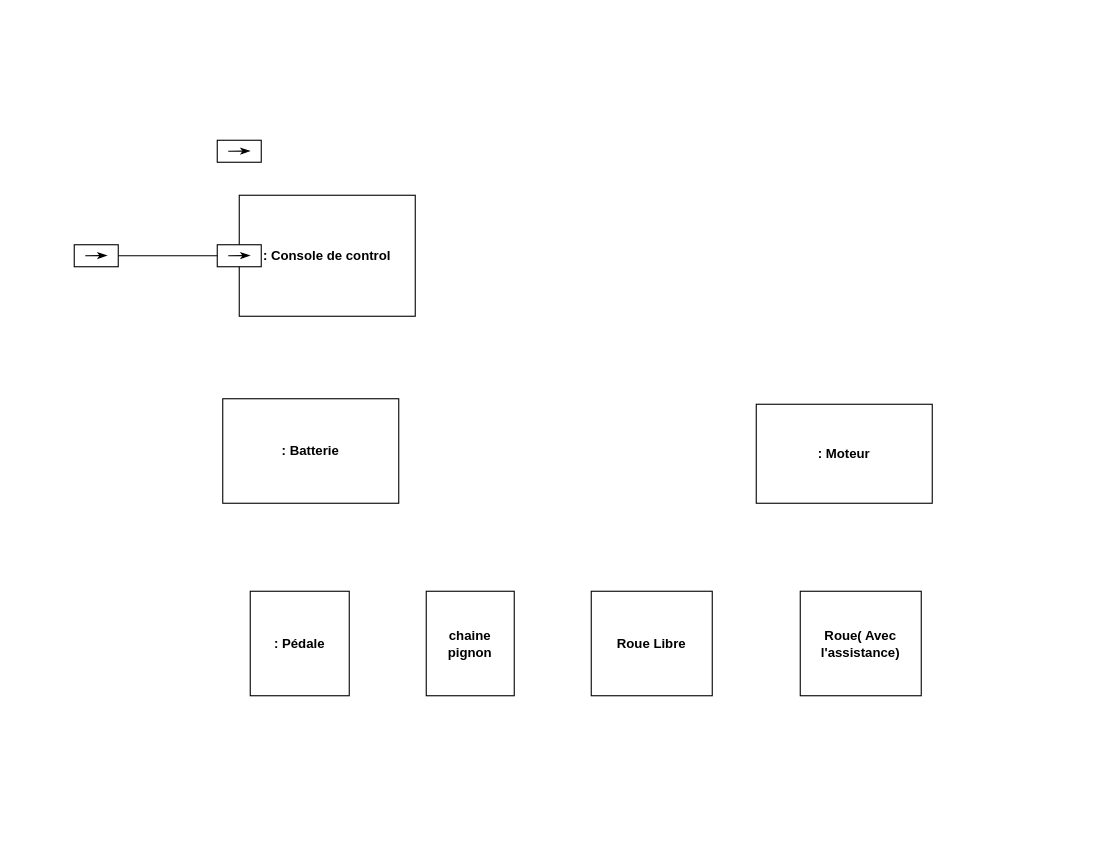
Above: diagramme de bloc interne.drawio in zakaria-bak/VAE-Velo-Assistance-Electrique--SysML-diagrams (draw.io), before the change. Source tidied: cells renumbered, new cells numbered last; positions are measured from the earlier drawing's top-left corner, leaving out a move shared by most shapes. Both pictures are drawn from the tidied source at 110%, with x=0, y=0 at pixel (74, 140).
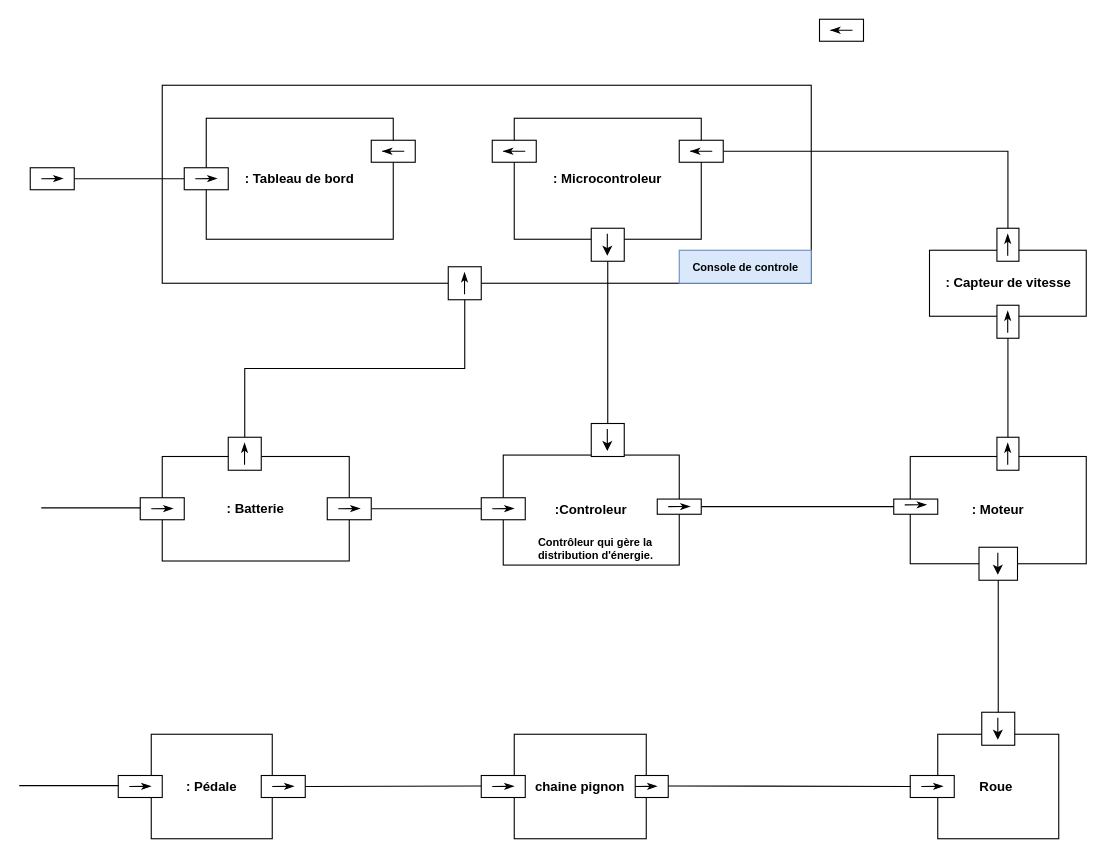
Above is the later version.

Diff of the diagram source:
```diff
@@
+    <mxCell id="16" style="rounded=0;whiteSpace=wrap;html=1;fillColor=none;" parent="1" vertex="1">
+      <mxGeometry x="80" y="-50" width="590" height="180" as="geometry" />
+    </mxCell>
-    <mxCell id="2" value="&lt;b&gt;: Console de control&lt;/b&gt;" style="rounded=0;whiteSpace=wrap;html=1;rotation=0;" parent="1" vertex="1">
-      <mxGeometry x="150" y="50" width="160" height="110" as="geometry" />
+    <mxCell id="2" value="&lt;b&gt;: Tableau de bord&lt;/b&gt;" style="rounded=0;whiteSpace=wrap;html=1;rotation=0;" parent="1" vertex="1">
+      <mxGeometry x="120" y="-20" width="170" height="110" as="geometry" />
     </mxCell>
     <mxCell id="3" value="&lt;b&gt;: Batterie&lt;/b&gt;" style="rounded=0;whiteSpace=wrap;html=1;rotation=0;" parent="1" vertex="1">
-      <mxGeometry x="135" y="235" width="160" height="95" as="geometry" />
+      <mxGeometry x="80" y="287.5" width="170" height="95" as="geometry" />
     </mxCell>
     <mxCell id="4" value="&lt;b&gt;: Pédale&lt;/b&gt;" style="rounded=0;whiteSpace=wrap;html=1;rotation=0;" parent="1" vertex="1">
-      <mxGeometry x="160" y="410" width="90" height="95" as="geometry" />
+      <mxGeometry x="70" y="540" width="110" height="95" as="geometry" />
     </mxCell>
     <mxCell id="5" value="&lt;b&gt;: Moteur&lt;/b&gt;" style="rounded=0;whiteSpace=wrap;html=1;rotation=0;" parent="1" vertex="1">
-      <mxGeometry x="620" y="240" width="160" height="90" as="geometry" />
+      <mxGeometry x="760" y="287.5" width="160" height="97.5" as="geometry" />
     </mxCell>
     <mxCell id="6" value="&lt;b&gt;chaine pignon&lt;/b&gt;" style="rounded=0;whiteSpace=wrap;html=1;rotation=0;" parent="1" vertex="1">
-      <mxGeometry x="320" y="410" width="80" height="95" as="geometry" />
+      <mxGeometry x="400" y="540" width="120" height="95" as="geometry" />
     </mxCell>
-    <mxCell id="7" value="&lt;b&gt;Roue Libre&lt;/b&gt;" style="rounded=0;whiteSpace=wrap;html=1;rotation=0;" parent="1" vertex="1">
-      <mxGeometry x="470" y="410" width="110" height="95" as="geometry" />
+    <mxCell id="7" value="&lt;b&gt;Roue&amp;nbsp;&lt;/b&gt;" style="rounded=0;whiteSpace=wrap;html=1;rotation=0;" parent="1" vertex="1">
+      <mxGeometry x="785" y="540" width="110" height="95" as="geometry" />
     </mxCell>
-    <mxCell id="8" value="&lt;b&gt;Roue( Avec l'assistance)&lt;/b&gt;" style="rounded=0;whiteSpace=wrap;html=1;rotation=0;" parent="1" vertex="1">
-      <mxGeometry x="660" y="410" width="110" height="95" as="geometry" />
-    </mxCell>
     <mxCell id="9" style="rounded=0;whiteSpace=wrap;html=1;shadow=0;" parent="1" vertex="1">
-      <mxGeometry x="130" y="95" width="40" height="20" as="geometry" />
+      <mxGeometry x="100" y="25" width="40" height="20" as="geometry" />
     </mxCell>
     <mxCell id="10" style="endArrow=classicThin;html=1;rounded=0;endFill=1;shadow=0;" parent="1" edge="1">
       <mxGeometry relative="1" as="geometry">
-        <mxPoint x="140" y="105" as="sourcePoint" />
-        <mxPoint x="160" y="104.8" as="targetPoint" />
+        <mxPoint x="110" y="35" as="sourcePoint" />
+        <mxPoint x="130" y="34.8" as="targetPoint" />
       </mxGeometry>
     </mxCell>
+    <mxCell id="17" style="edgeStyle=orthogonalEdgeStyle;rounded=0;jettySize=auto;html=1;exitX=0.5;exitY=0;exitDx=0;exitDy=0;entryX=0.5;entryY=1;entryDx=0;entryDy=0;endArrow=none;endFill=0;" parent="1" edge="1" source="11" target="19">
+      <mxGeometry relative="1" as="geometry" />
+    </mxCell>
     <mxCell id="11" style="rounded=0;whiteSpace=wrap;html=1;shadow=0;" parent="1" vertex="1">
-      <mxGeometry x="130" width="40" height="20" as="geometry" />
+      <mxGeometry x="140" y="270" width="30" height="30" as="geometry" />
     </mxCell>
     <mxCell id="12" style="endArrow=classicThin;html=1;rounded=0;endFill=1;shadow=0;" parent="1" edge="1">
       <mxGeometry relative="1" as="geometry">
-        <mxPoint x="140" y="10" as="sourcePoint" />
-        <mxPoint x="160" y="9.8" as="targetPoint" />
+        <mxPoint x="154.8" y="295" as="sourcePoint" />
+        <mxPoint x="154.8" y="275" as="targetPoint" />
       </mxGeometry>
     </mxCell>
@@
     <mxCell id="14" style="rounded=0;whiteSpace=wrap;html=1;shadow=0;" parent="1" vertex="1">
-      <mxGeometry y="95" width="40" height="20" as="geometry" />
+      <mxGeometry x="-40" y="25" width="40" height="20" as="geometry" />
     </mxCell>
     <mxCell id="15" style="endArrow=classicThin;html=1;rounded=0;endFill=1;shadow=0;" parent="1" edge="1">
       <mxGeometry relative="1" as="geometry">
-        <mxPoint x="10" y="105" as="sourcePoint" />
-        <mxPoint x="30" y="104.8" as="targetPoint" />
+        <mxPoint x="-30" y="35" as="sourcePoint" />
+        <mxPoint x="-10" y="34.8" as="targetPoint" />
       </mxGeometry>
     </mxCell>
+    <mxCell id="18" style="edgeStyle=orthogonalEdgeStyle;rounded=0;jettySize=auto;html=1;exitX=0;exitY=0.25;exitDx=0;exitDy=0;" parent="1" edge="1" source="19">
+      <mxGeometry relative="1" as="geometry">
+        <mxPoint x="360" y="135" as="targetPoint" />
+      </mxGeometry>
+    </mxCell>
+    <mxCell id="19" style="rounded=0;whiteSpace=wrap;html=1;shadow=0;" parent="1" vertex="1">
+      <mxGeometry x="340" y="115" width="30" height="30" as="geometry" />
+    </mxCell>
+    <mxCell id="20" style="endArrow=classicThin;html=1;rounded=0;endFill=1;shadow=0;" parent="1" edge="1">
+      <mxGeometry relative="1" as="geometry">
+        <mxPoint x="354.8" y="140" as="sourcePoint" />
+        <mxPoint x="354.8" y="120" as="targetPoint" />
+      </mxGeometry>
+    </mxCell>
+    <mxCell id="21" style="rounded=0;whiteSpace=wrap;html=1;shadow=0;" parent="1" vertex="1">
+      <mxGeometry x="60" y="325" width="40" height="20" as="geometry" />
+    </mxCell>
+    <mxCell id="22" style="endArrow=classicThin;html=1;rounded=0;endFill=1;shadow=0;" parent="1" edge="1">
+      <mxGeometry relative="1" as="geometry">
+        <mxPoint x="70" y="335" as="sourcePoint" />
+        <mxPoint x="90" y="334.8" as="targetPoint" />
+      </mxGeometry>
+    </mxCell>
+    <mxCell id="23" style="rounded=0;whiteSpace=wrap;html=1;shadow=0;" parent="1" vertex="1">
+      <mxGeometry x="40" y="577.5" width="40" height="20" as="geometry" />
+    </mxCell>
+    <mxCell id="24" style="endArrow=classicThin;html=1;rounded=0;endFill=1;shadow=0;" parent="1" edge="1">
+      <mxGeometry relative="1" as="geometry">
+        <mxPoint x="50" y="587.5" as="sourcePoint" />
+        <mxPoint x="70" y="587.3" as="targetPoint" />
+      </mxGeometry>
+    </mxCell>
+    <mxCell id="25" style="rounded=0;whiteSpace=wrap;html=1;shadow=0;" parent="1" vertex="1">
+      <mxGeometry x="370" y="577.5" width="40" height="20" as="geometry" />
+    </mxCell>
+    <mxCell id="26" style="endArrow=classicThin;html=1;rounded=0;endFill=1;shadow=0;" parent="1" edge="1">
+      <mxGeometry relative="1" as="geometry">
+        <mxPoint x="380" y="587.5" as="sourcePoint" />
+        <mxPoint x="400" y="587.3" as="targetPoint" />
+      </mxGeometry>
+    </mxCell>
+    <mxCell id="27" style="rounded=0;whiteSpace=wrap;html=1;shadow=0;" parent="1" vertex="1">
+      <mxGeometry x="170" y="577.5" width="40" height="20" as="geometry" />
+    </mxCell>
+    <mxCell id="28" style="endArrow=classicThin;html=1;rounded=0;endFill=1;shadow=0;" parent="1" edge="1">
+      <mxGeometry relative="1" as="geometry">
+        <mxPoint x="180" y="587.5" as="sourcePoint" />
+        <mxPoint x="200" y="587.3" as="targetPoint" />
+      </mxGeometry>
+    </mxCell>
+    <mxCell id="29" style="rounded=0;whiteSpace=wrap;html=1;shadow=0;" parent="1" vertex="1">
+      <mxGeometry x="510" y="577.5" width="30" height="20" as="geometry" />
+    </mxCell>
+    <mxCell id="30" style="endArrow=classicThin;html=1;rounded=0;endFill=1;shadow=0;" parent="1" edge="1">
+      <mxGeometry relative="1" as="geometry">
+        <mxPoint x="510" y="587.5" as="sourcePoint" />
+        <mxPoint x="530" y="587.3" as="targetPoint" />
+      </mxGeometry>
+    </mxCell>
+    <mxCell id="31" style="rounded=0;whiteSpace=wrap;html=1;shadow=0;" parent="1" vertex="1">
+      <mxGeometry x="760" y="577.5" width="40" height="20" as="geometry" />
+    </mxCell>
+    <mxCell id="32" style="endArrow=classicThin;html=1;rounded=0;endFill=1;shadow=0;" parent="1" edge="1">
+      <mxGeometry relative="1" as="geometry">
+        <mxPoint x="770" y="587.5" as="sourcePoint" />
+        <mxPoint x="790" y="587.3" as="targetPoint" />
+      </mxGeometry>
+    </mxCell>
+    <mxCell id="33" style="rounded=0;whiteSpace=wrap;html=1;shadow=0;" parent="1" vertex="1">
+      <mxGeometry x="825" y="520" width="30" height="30" as="geometry" />
+    </mxCell>
+    <mxCell id="34" style="endArrow=classic;html=1;rounded=0;" parent="1" edge="1">
+      <mxGeometry relative="1" as="geometry">
+        <mxPoint x="839.6" y="525" as="sourcePoint" />
+        <mxPoint x="839.6" y="545" as="targetPoint" />
+      </mxGeometry>
+    </mxCell>
+    <mxCell id="35" value="&lt;b&gt;:Controleur&lt;/b&gt;" style="rounded=0;whiteSpace=wrap;html=1;rotation=0;" parent="1" vertex="1">
+      <mxGeometry x="390" y="286.2" width="160" height="100" as="geometry" />
+    </mxCell>
+    <mxCell id="36" value="Contrôleur qui gère la distribution d'énergie." style="text;whiteSpace=wrap;fontSize=10;fontStyle=1;" parent="1" vertex="1">
+      <mxGeometry x="420" y="352.5" width="120" height="30" as="geometry" />
+    </mxCell>
+    <mxCell id="37" style="edgeStyle=orthogonalEdgeStyle;rounded=0;orthogonalLoop=1;jettySize=auto;html=1;exitX=1;exitY=0.5;exitDx=0;exitDy=0;entryX=0;entryY=0.5;entryDx=0;entryDy=0;endArrow=none;endFill=0;" parent="1" edge="1">
+      <mxGeometry relative="1" as="geometry">
+        <mxPoint x="-30" y="334.2" as="sourcePoint" />
+        <mxPoint x="60" y="334.2" as="targetPoint" />
+      </mxGeometry>
+    </mxCell>
+    <mxCell id="38" style="edgeStyle=orthogonalEdgeStyle;rounded=0;orthogonalLoop=1;jettySize=auto;html=1;exitX=1;exitY=0.5;exitDx=0;exitDy=0;entryX=0;entryY=0.5;entryDx=0;entryDy=0;endArrow=none;endFill=0;" parent="1" edge="1">
+      <mxGeometry relative="1" as="geometry">
+        <mxPoint x="-50" y="586.7" as="sourcePoint" />
+        <mxPoint x="40" y="586.7" as="targetPoint" />
+      </mxGeometry>
+    </mxCell>
+    <mxCell id="39" style="edgeStyle=orthogonalEdgeStyle;rounded=0;jettySize=auto;html=1;exitX=1;exitY=0.5;exitDx=0;exitDy=0;entryX=0;entryY=0.5;entryDx=0;entryDy=0;endArrow=none;endFill=0;" parent="1" edge="1" source="27">
+      <mxGeometry relative="1" as="geometry">
+        <mxPoint x="370" y="587" as="targetPoint" />
+      </mxGeometry>
+    </mxCell>
+    <mxCell id="40" style="edgeStyle=orthogonalEdgeStyle;rounded=0;jettySize=auto;html=1;exitX=1;exitY=0.5;exitDx=0;exitDy=0;endArrow=none;endFill=0;entryX=0;entryY=0.5;entryDx=0;entryDy=0;" parent="1" edge="1" target="31">
+      <mxGeometry relative="1" as="geometry">
+        <mxPoint x="540" y="587" as="sourcePoint" />
+      </mxGeometry>
+    </mxCell>
+    <mxCell id="41" value="&lt;b&gt;: Capteur de vitesse&lt;/b&gt;" style="rounded=0;whiteSpace=wrap;html=1;rotation=0;" parent="1" vertex="1">
+      <mxGeometry x="777.5" y="100" width="142.5" height="60" as="geometry" />
+    </mxCell>
+    <mxCell id="42" style="edgeStyle=orthogonalEdgeStyle;rounded=0;jettySize=auto;html=1;entryX=0.5;entryY=0;entryDx=0;entryDy=0;endArrow=none;endFill=0;" parent="1" edge="1" source="43" target="58">
+      <mxGeometry relative="1" as="geometry" />
+    </mxCell>
+    <mxCell id="43" value="&lt;b&gt;: Microcontroleur&lt;/b&gt;" style="rounded=0;whiteSpace=wrap;html=1;rotation=0;" parent="1" vertex="1">
+      <mxGeometry x="400" y="-20" width="170" height="110" as="geometry" />
+    </mxCell>
+    <mxCell id="44" value="&lt;b&gt;&lt;font style=&quot;font-size: 10px;&quot;&gt;Console de controle&lt;/font&gt;&lt;/b&gt;" style="text;html=1;align=center;verticalAlign=middle;strokeColor=#6c8ebf;fillColor=#dae8fc;" parent="1" vertex="1">
+      <mxGeometry x="550" y="100" width="120" height="30" as="geometry" />
+    </mxCell>
+    <mxCell id="45" style="rounded=0;whiteSpace=wrap;html=1;shadow=0;direction=south;" parent="1" vertex="1">
+      <mxGeometry x="838.8" y="80" width="20" height="30" as="geometry" />
+    </mxCell>
+    <mxCell id="46" style="endArrow=classicThin;html=1;rounded=0;endFill=1;shadow=0;" parent="1" edge="1">
+      <mxGeometry relative="1" as="geometry">
+        <mxPoint x="848.6" y="105" as="sourcePoint" />
+        <mxPoint x="848.6" y="85" as="targetPoint" />
+      </mxGeometry>
+    </mxCell>
+    <mxCell id="47" style="rounded=0;whiteSpace=wrap;html=1;shadow=0;" parent="1" vertex="1">
+      <mxGeometry x="677.5" y="-110" width="40" height="20" as="geometry" />
+    </mxCell>
+    <mxCell id="48" style="endArrow=classicThin;html=1;rounded=0;endFill=1;shadow=0;" parent="1" edge="1">
+      <mxGeometry relative="1" as="geometry">
+        <mxPoint x="687.5" y="-100" as="sourcePoint" />
+        <mxPoint x="687.5" y="-100" as="targetPoint" />
+        <Array as="points">
+          <mxPoint x="707.5" y="-100" />
+        </Array>
+      </mxGeometry>
+    </mxCell>
+    <mxCell id="49" style="edgeStyle=orthogonalEdgeStyle;rounded=0;jettySize=auto;html=1;exitX=1;exitY=0.5;exitDx=0;exitDy=0;entryX=0;entryY=0.5;entryDx=0;entryDy=0;endArrow=none;endFill=0;" parent="1" edge="1" source="50" target="45">
+      <mxGeometry relative="1" as="geometry" />
+    </mxCell>
+    <mxCell id="50" style="rounded=0;whiteSpace=wrap;html=1;shadow=0;" parent="1" vertex="1">
+      <mxGeometry x="550" width="40" height="20" as="geometry" />
+    </mxCell>
+    <mxCell id="51" style="endArrow=classicThin;html=1;rounded=0;endFill=1;shadow=0;" parent="1" edge="1">
+      <mxGeometry relative="1" as="geometry">
+        <mxPoint x="560" y="10" as="sourcePoint" />
+        <mxPoint x="560" y="10" as="targetPoint" />
+        <Array as="points">
+          <mxPoint x="580" y="10" />
+        </Array>
+      </mxGeometry>
+    </mxCell>
+    <mxCell id="52" style="rounded=0;whiteSpace=wrap;html=1;shadow=0;" parent="1" vertex="1">
+      <mxGeometry x="270" width="40" height="20" as="geometry" />
+    </mxCell>
+    <mxCell id="53" style="endArrow=classicThin;html=1;rounded=0;endFill=1;shadow=0;" parent="1" edge="1">
+      <mxGeometry relative="1" as="geometry">
+        <mxPoint x="280" y="10" as="sourcePoint" />
+        <mxPoint x="280" y="10" as="targetPoint" />
+        <Array as="points">
+          <mxPoint x="300" y="10" />
+        </Array>
+      </mxGeometry>
+    </mxCell>
+    <mxCell id="54" style="rounded=0;whiteSpace=wrap;html=1;shadow=0;" parent="1" vertex="1">
+      <mxGeometry x="380" width="40" height="20" as="geometry" />
+    </mxCell>
+    <mxCell id="55" style="endArrow=classicThin;html=1;rounded=0;endFill=1;shadow=0;" parent="1" edge="1">
+      <mxGeometry relative="1" as="geometry">
+        <mxPoint x="390" y="10" as="sourcePoint" />
+        <mxPoint x="390" y="10" as="targetPoint" />
+        <Array as="points">
+          <mxPoint x="410" y="10" />
+        </Array>
+      </mxGeometry>
+    </mxCell>
+    <mxCell id="56" style="rounded=0;whiteSpace=wrap;html=1;shadow=0;" parent="1" vertex="1">
+      <mxGeometry x="470" y="80" width="30" height="30" as="geometry" />
+    </mxCell>
+    <mxCell id="57" style="endArrow=classic;html=1;rounded=0;" parent="1" edge="1">
+      <mxGeometry relative="1" as="geometry">
+        <mxPoint x="484.6" y="85" as="sourcePoint" />
+        <mxPoint x="484.6" y="105" as="targetPoint" />
+      </mxGeometry>
+    </mxCell>
+    <mxCell id="58" style="rounded=0;whiteSpace=wrap;html=1;shadow=0;" parent="1" vertex="1">
+      <mxGeometry x="470" y="257.5" width="30" height="30" as="geometry" />
+    </mxCell>
+    <mxCell id="59" style="endArrow=classic;html=1;rounded=0;" parent="1" edge="1">
+      <mxGeometry relative="1" as="geometry">
+        <mxPoint x="484.6" y="262.5" as="sourcePoint" />
+        <mxPoint x="484.6" y="282.5" as="targetPoint" />
+      </mxGeometry>
+    </mxCell>
+    <mxCell id="60" style="edgeStyle=orthogonalEdgeStyle;rounded=0;jettySize=auto;html=1;exitX=0.5;exitY=1;exitDx=0;exitDy=0;entryX=0.5;entryY=0;entryDx=0;entryDy=0;endArrow=none;endFill=0;" parent="1" edge="1" source="61" target="33">
+      <mxGeometry relative="1" as="geometry" />
+    </mxCell>
+    <mxCell id="61" style="rounded=0;whiteSpace=wrap;html=1;shadow=0;" parent="1" vertex="1">
+      <mxGeometry x="822.5" y="370" width="35" height="30" as="geometry" />
+    </mxCell>
+    <mxCell id="62" style="endArrow=classic;html=1;rounded=0;" parent="1" edge="1">
+      <mxGeometry relative="1" as="geometry">
+        <mxPoint x="839.6" y="375" as="sourcePoint" />
+        <mxPoint x="839.6" y="395" as="targetPoint" />
+      </mxGeometry>
+    </mxCell>
+    <mxCell id="63" style="rounded=0;whiteSpace=wrap;html=1;shadow=0;direction=south;" parent="1" vertex="1">
+      <mxGeometry x="838.8" y="150" width="20" height="30" as="geometry" />
+    </mxCell>
+    <mxCell id="64" style="endArrow=classicThin;html=1;rounded=0;endFill=1;shadow=0;" parent="1" edge="1">
+      <mxGeometry relative="1" as="geometry">
+        <mxPoint x="848.6" y="175" as="sourcePoint" />
+        <mxPoint x="848.6" y="155" as="targetPoint" />
+      </mxGeometry>
+    </mxCell>
+    <mxCell id="65" style="edgeStyle=orthogonalEdgeStyle;rounded=0;jettySize=auto;html=1;exitX=0;exitY=0.5;exitDx=0;exitDy=0;entryX=1;entryY=0.5;entryDx=0;entryDy=0;endArrow=none;endFill=0;" parent="1" edge="1" source="66" target="63">
+      <mxGeometry relative="1" as="geometry">
+        <Array as="points">
+          <mxPoint x="849" y="270" />
+          <mxPoint x="849" y="225" />
+        </Array>
+      </mxGeometry>
+    </mxCell>
+    <mxCell id="66" style="rounded=0;whiteSpace=wrap;html=1;shadow=0;direction=south;" parent="1" vertex="1">
+      <mxGeometry x="838.8" y="270" width="20" height="30" as="geometry" />
+    </mxCell>
+    <mxCell id="67" style="endArrow=classicThin;html=1;rounded=0;endFill=1;shadow=0;" parent="1" edge="1">
+      <mxGeometry relative="1" as="geometry">
+        <mxPoint x="848.6" y="295" as="sourcePoint" />
+        <mxPoint x="848.6" y="275" as="targetPoint" />
+      </mxGeometry>
+    </mxCell>
+    <mxCell id="68" style="edgeStyle=orthogonalEdgeStyle;rounded=0;jettySize=auto;html=1;exitX=1;exitY=0.5;exitDx=0;exitDy=0;entryX=0;entryY=0.5;entryDx=0;entryDy=0;endArrow=none;endFill=0;" parent="1" edge="1" source="69" target="71">
+      <mxGeometry relative="1" as="geometry" />
+    </mxCell>
+    <mxCell id="69" style="rounded=0;whiteSpace=wrap;html=1;shadow=0;" parent="1" vertex="1">
+      <mxGeometry x="230" y="325" width="40" height="20" as="geometry" />
+    </mxCell>
+    <mxCell id="70" style="endArrow=classicThin;html=1;rounded=0;endFill=1;shadow=0;" parent="1" edge="1">
+      <mxGeometry relative="1" as="geometry">
+        <mxPoint x="240" y="335" as="sourcePoint" />
+        <mxPoint x="260" y="334.8" as="targetPoint" />
+      </mxGeometry>
+    </mxCell>
+    <mxCell id="71" style="rounded=0;whiteSpace=wrap;html=1;shadow=0;" parent="1" vertex="1">
+      <mxGeometry x="370" y="325" width="40" height="20" as="geometry" />
+    </mxCell>
+    <mxCell id="72" style="endArrow=classicThin;html=1;rounded=0;endFill=1;shadow=0;" parent="1" edge="1">
+      <mxGeometry relative="1" as="geometry">
+        <mxPoint x="380" y="335" as="sourcePoint" />
+        <mxPoint x="400" y="334.8" as="targetPoint" />
+      </mxGeometry>
+    </mxCell>
+    <mxCell id="73" style="edgeStyle=orthogonalEdgeStyle;rounded=0;jettySize=auto;html=1;exitX=1;exitY=0.5;exitDx=0;exitDy=0;entryX=0;entryY=0.5;entryDx=0;entryDy=0;endArrow=none;endFill=0;" parent="1" edge="1" source="74" target="76">
+      <mxGeometry relative="1" as="geometry" />
+    </mxCell>
+    <mxCell id="74" style="rounded=0;whiteSpace=wrap;html=1;shadow=0;" parent="1" vertex="1">
+      <mxGeometry x="530" y="326.2" width="40" height="13.8" as="geometry" />
+    </mxCell>
+    <mxCell id="75" style="endArrow=classicThin;html=1;rounded=0;endFill=1;shadow=0;" parent="1" edge="1">
+      <mxGeometry relative="1" as="geometry">
+        <mxPoint x="540" y="333.1" as="sourcePoint" />
+        <mxPoint x="560" y="332.9" as="targetPoint" />
+      </mxGeometry>
+    </mxCell>
+    <mxCell id="76" style="rounded=0;whiteSpace=wrap;html=1;shadow=0;" parent="1" vertex="1">
+      <mxGeometry x="745" y="326.2" width="40" height="13.8" as="geometry" />
+    </mxCell>
+    <mxCell id="77" style="endArrow=classicThin;html=1;rounded=0;endFill=1;shadow=0;" parent="1" edge="1">
+      <mxGeometry relative="1" as="geometry">
+        <mxPoint x="755" y="331.5" as="sourcePoint" />
+        <mxPoint x="775" y="331.3" as="targetPoint" />
+      </mxGeometry>
+    </mxCell>
```
